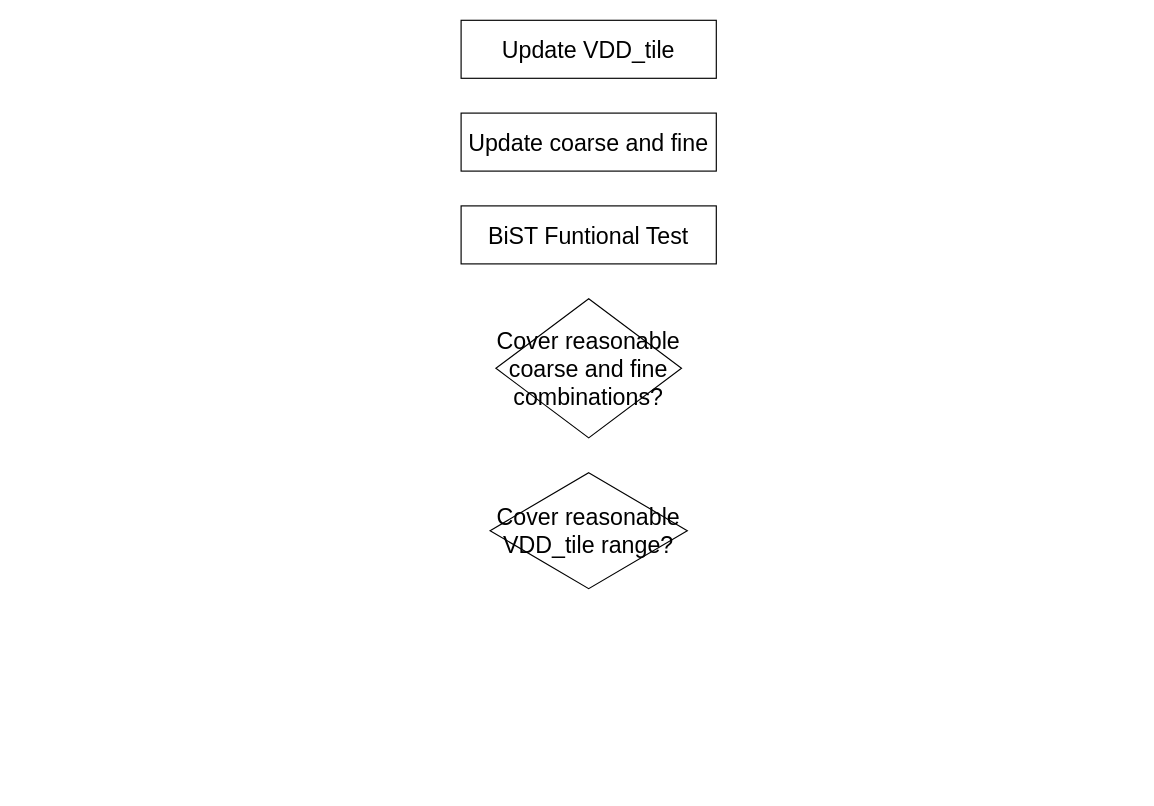
Above: page "Voltage_Frequency_Plots" (2 of 3) of lecture/images/presentation_diagrams.drawio in 1102131860/Validation_Chip_Characteristics (draw.io), before the change. Source tidied: cells renumbered, new cells numbered last; positions are measured from the earlier drawing's top-left corner, leaving out a move shared by most shapes. Both pictures are drawn from the tidied source at 116%, with x=0, y=0 at pixel (461, 20).
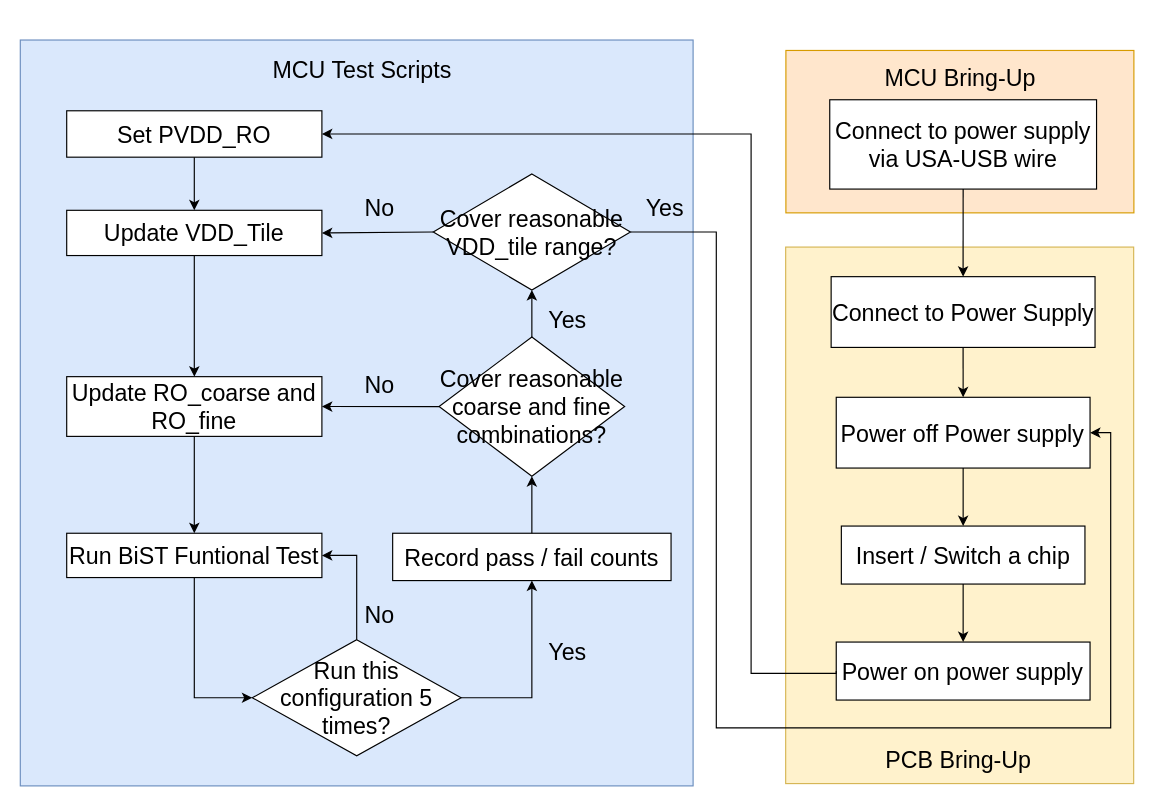
The same diagram, later.

The edit, as a diff of the source:
```diff
@@
+    <mxCell id="7" style="rounded=0;whiteSpace=wrap;html=1;fillColor=#dae8fc;strokeColor=#6c8ebf;" parent="1" vertex="1">
+      <mxGeometry x="-380" y="17" width="580" height="643" as="geometry" />
+    </mxCell>
+    <mxCell id="8" style="rounded=0;whiteSpace=wrap;html=1;fillColor=#ffe6cc;strokeColor=#d79b00;" parent="1" vertex="1">
+      <mxGeometry x="280" y="26" width="300" height="140" as="geometry" />
+    </mxCell>
-    <mxCell id="2" value="&lt;font style=&quot;font-size: 20px;&quot;&gt;BiST Funtional Test&lt;/font&gt;" style="rounded=0;whiteSpace=wrap;html=1;" parent="1" vertex="1">
-      <mxGeometry y="160" width="220" height="50" as="geometry" />
+    <mxCell id="2" value="&lt;font style=&quot;font-size: 20px;&quot;&gt;Run BiST Funtional Test&lt;/font&gt;" style="rounded=0;whiteSpace=wrap;html=1;" parent="1" vertex="1">
+      <mxGeometry x="-340" y="442.2" width="220" height="38.2" as="geometry" />
     </mxCell>
-    <mxCell id="3" value="&lt;font style=&quot;font-size: 20px;&quot;&gt;Update coarse and fine&lt;br&gt;&lt;/font&gt;" style="rounded=0;whiteSpace=wrap;html=1;" parent="1" vertex="1">
-      <mxGeometry y="80" width="220" height="50" as="geometry" />
+    <mxCell id="3" value="&lt;font style=&quot;font-size: 20px;&quot;&gt;Update RO_coarse and RO_fine&lt;br&gt;&lt;/font&gt;" style="rounded=0;whiteSpace=wrap;html=1;" parent="1" vertex="1">
+      <mxGeometry x="-340" y="307.2" width="220" height="51.5" as="geometry" />
     </mxCell>
     <mxCell id="4" value="&lt;font style=&quot;font-size: 20px;&quot;&gt;Cover reasonable coarse and fine combinations?&lt;/font&gt;" style="rhombus;whiteSpace=wrap;html=1;" parent="1" vertex="1">
-      <mxGeometry x="30" y="240" width="160" height="120" as="geometry" />
+      <mxGeometry x="-19" y="273" width="160" height="120" as="geometry" />
     </mxCell>
     <mxCell id="5" value="&lt;font style=&quot;font-size: 20px;&quot;&gt;Cover reasonable VDD_tile range?&lt;/font&gt;" style="rhombus;whiteSpace=wrap;html=1;" parent="1" vertex="1">
-      <mxGeometry x="25" y="390" width="170" height="100" as="geometry" />
+      <mxGeometry x="-24" y="132.5" width="170" height="100" as="geometry" />
     </mxCell>
-    <mxCell id="6" value="&lt;font style=&quot;font-size: 20px;&quot;&gt;Update VDD_tile&lt;/font&gt;" style="rounded=0;whiteSpace=wrap;html=1;" parent="1" vertex="1">
-      <mxGeometry width="220" height="50" as="geometry" />
+    <mxCell id="6" value="&lt;font style=&quot;font-size: 20px;&quot;&gt;Update VDD_Tile&lt;/font&gt;" style="rounded=0;whiteSpace=wrap;html=1;" parent="1" vertex="1">
+      <mxGeometry x="-340" y="163.8" width="220" height="39" as="geometry" />
     </mxCell>
+    <mxCell id="9" value="&lt;font style=&quot;font-size: 20px;&quot;&gt;Run this configuration 5 times?&lt;/font&gt;" style="rhombus;whiteSpace=wrap;html=1;" parent="1" vertex="1">
+      <mxGeometry x="-180" y="534" width="180" height="100" as="geometry" />
+    </mxCell>
+    <mxCell id="10" value="&lt;font style=&quot;font-size: 20px;&quot;&gt;Record pass / fail counts&lt;/font&gt;" style="rounded=0;whiteSpace=wrap;html=1;" parent="1" vertex="1">
+      <mxGeometry x="-59" y="442.2" width="240" height="40.8" as="geometry" />
+    </mxCell>
+    <mxCell id="11" value="&lt;font style=&quot;font-size: 20px;&quot;&gt;Set PVDD_RO&lt;/font&gt;" style="rounded=0;whiteSpace=wrap;html=1;" parent="1" vertex="1">
+      <mxGeometry x="-340" y="78" width="220" height="40" as="geometry" />
+    </mxCell>
+    <mxCell id="12" style="rounded=0;whiteSpace=wrap;html=1;fillColor=#fff2cc;strokeColor=#d6b656;" parent="1" vertex="1">
+      <mxGeometry x="279.8" y="195.5" width="300" height="462.5" as="geometry" />
+    </mxCell>
+    <mxCell id="13" value="&lt;font style=&quot;font-size: 20px;&quot;&gt;PCB Bring-Up&lt;/font&gt;" style="text;html=1;whiteSpace=wrap;strokeColor=none;fillColor=none;align=center;verticalAlign=middle;rounded=0;" parent="1" vertex="1">
+      <mxGeometry x="364" y="616" width="130" height="42" as="geometry" />
+    </mxCell>
+    <mxCell id="14" value="&lt;font style=&quot;font-size: 20px;&quot;&gt;Insert / Switch a chip&lt;/font&gt;" style="rounded=0;whiteSpace=wrap;html=1;" parent="1" vertex="1">
+      <mxGeometry x="327.8" y="436" width="210" height="50" as="geometry" />
+    </mxCell>
+    <mxCell id="15" value="&lt;font style=&quot;font-size: 20px;&quot;&gt;Connect to Power Supply&lt;/font&gt;" style="rounded=0;whiteSpace=wrap;html=1;" parent="1" vertex="1">
+      <mxGeometry x="319" y="221" width="227.5" height="61" as="geometry" />
+    </mxCell>
+    <mxCell id="16" value="&lt;font style=&quot;font-size: 20px;&quot;&gt;Power on power supply&lt;/font&gt;" style="rounded=0;whiteSpace=wrap;html=1;" parent="1" vertex="1">
+      <mxGeometry x="323.4" y="536" width="218.8" height="50" as="geometry" />
+    </mxCell>
+    <mxCell id="17" value="&lt;font style=&quot;font-size: 20px;&quot;&gt;Connect to power supply via&amp;nbsp;&lt;/font&gt;&lt;span style=&quot;font-size: 20px;&quot;&gt;USA-USB wire&lt;/span&gt;" style="rounded=0;whiteSpace=wrap;html=1;" parent="1" vertex="1">
+      <mxGeometry x="317.8" y="68.5" width="230" height="77" as="geometry" />
+    </mxCell>
+    <mxCell id="18" value="&lt;span&gt;Power off Power supply&lt;/span&gt;" style="rounded=0;whiteSpace=wrap;html=1;fontSize=20;" parent="1" vertex="1">
+      <mxGeometry x="323.4" y="325" width="218.8" height="61" as="geometry" />
+    </mxCell>
+    <mxCell id="19" style="endArrow=classic;html=1;rounded=0;entryX=0.5;entryY=0;entryDx=0;entryDy=0;exitX=0.5;exitY=1;exitDx=0;exitDy=0;" parent="1" edge="1" source="11" target="6">
+      <mxGeometry relative="1" as="geometry" />
+    </mxCell>
+    <mxCell id="20" style="endArrow=classic;html=1;rounded=0;exitX=0.5;exitY=1;exitDx=0;exitDy=0;entryX=0.5;entryY=0;entryDx=0;entryDy=0;" parent="1" edge="1" source="6" target="3">
+      <mxGeometry relative="1" as="geometry" />
+    </mxCell>
+    <mxCell id="21" style="endArrow=classic;html=1;rounded=0;exitX=0.5;exitY=1;exitDx=0;exitDy=0;entryX=0.5;entryY=0;entryDx=0;entryDy=0;" parent="1" edge="1" source="3" target="2">
+      <mxGeometry relative="1" as="geometry" />
+    </mxCell>
+    <mxCell id="22" style="endArrow=classic;html=1;rounded=0;exitX=0.5;exitY=1;exitDx=0;exitDy=0;entryX=0;entryY=0.5;entryDx=0;entryDy=0;edgeStyle=orthogonalEdgeStyle;" parent="1" edge="1" source="2" target="9">
+      <mxGeometry relative="1" as="geometry" />
+    </mxCell>
+    <mxCell id="23" style="endArrow=classic;html=1;rounded=0;exitX=1;exitY=0.5;exitDx=0;exitDy=0;entryX=0.5;entryY=1;entryDx=0;entryDy=0;edgeStyle=orthogonalEdgeStyle;" parent="1" edge="1" source="9" target="10">
+      <mxGeometry relative="1" as="geometry" />
+    </mxCell>
+    <mxCell id="24" style="endArrow=classic;html=1;rounded=0;exitX=0.5;exitY=0;exitDx=0;exitDy=0;entryX=1;entryY=0.5;entryDx=0;entryDy=0;edgeStyle=orthogonalEdgeStyle;" parent="1" edge="1" source="9" target="2">
+      <mxGeometry relative="1" as="geometry" />
+    </mxCell>
+    <mxCell id="25" style="endArrow=classic;html=1;rounded=0;entryX=0.5;entryY=1;entryDx=0;entryDy=0;exitX=0.5;exitY=0;exitDx=0;exitDy=0;" parent="1" edge="1" target="4">
+      <mxGeometry relative="1" as="geometry">
+        <mxPoint x="61" y="442.2" as="sourcePoint" />
+      </mxGeometry>
+    </mxCell>
+    <mxCell id="26" style="endArrow=classic;html=1;rounded=0;exitX=0.5;exitY=0;exitDx=0;exitDy=0;entryX=0.5;entryY=1;entryDx=0;entryDy=0;" parent="1" edge="1" source="4" target="5">
+      <mxGeometry relative="1" as="geometry" />
+    </mxCell>
+    <mxCell id="27" style="endArrow=classic;html=1;rounded=0;entryX=1;entryY=0.5;entryDx=0;entryDy=0;exitX=0;exitY=0.5;exitDx=0;exitDy=0;" parent="1" edge="1" source="4" target="3">
+      <mxGeometry relative="1" as="geometry" />
+    </mxCell>
+    <mxCell id="28" style="endArrow=classic;html=1;rounded=0;entryX=1;entryY=0.5;entryDx=0;entryDy=0;exitX=0;exitY=0.5;exitDx=0;exitDy=0;" parent="1" edge="1" source="5" target="6">
+      <mxGeometry relative="1" as="geometry" />
+    </mxCell>
+    <mxCell id="29" value="&lt;font style=&quot;font-size: 20px;&quot;&gt;MCU Bring-Up&lt;/font&gt;" style="text;html=1;whiteSpace=wrap;strokeColor=none;fillColor=none;align=center;verticalAlign=middle;rounded=0;" parent="1" vertex="1">
+      <mxGeometry x="355.5" y="28.5" width="149" height="40" as="geometry" />
+    </mxCell>
+    <mxCell id="30" value="&lt;font style=&quot;font-size: 20px;&quot;&gt;MCU Test Scripts&lt;/font&gt;" style="text;html=1;whiteSpace=wrap;strokeColor=none;fillColor=none;align=center;verticalAlign=middle;rounded=0;" parent="1" vertex="1">
+      <mxGeometry x="-170" y="17" width="170" height="50.2" as="geometry" />
+    </mxCell>
+    <mxCell id="31" style="endArrow=classic;html=1;rounded=0;exitX=0;exitY=0.5;exitDx=0;exitDy=0;entryX=1;entryY=0.5;entryDx=0;entryDy=0;edgeStyle=orthogonalEdgeStyle;" parent="1" edge="1" source="16" target="11">
+      <mxGeometry relative="1" as="geometry">
+        <Array as="points">
+          <mxPoint x="250" y="563" />
+          <mxPoint x="250" y="98" />
+        </Array>
+      </mxGeometry>
+    </mxCell>
+    <mxCell id="32" style="endArrow=classic;html=1;rounded=0;exitX=0.5;exitY=1;exitDx=0;exitDy=0;entryX=0.5;entryY=0;entryDx=0;entryDy=0;" parent="1" edge="1" source="15" target="18">
+      <mxGeometry relative="1" as="geometry" />
+    </mxCell>
+    <mxCell id="33" style="endArrow=classic;html=1;rounded=0;exitX=0.5;exitY=1;exitDx=0;exitDy=0;entryX=0.5;entryY=0;entryDx=0;entryDy=0;" parent="1" edge="1" source="18" target="14">
+      <mxGeometry relative="1" as="geometry" />
+    </mxCell>
+    <mxCell id="34" style="endArrow=classic;html=1;rounded=0;exitX=0.5;exitY=1;exitDx=0;exitDy=0;entryX=0.5;entryY=0;entryDx=0;entryDy=0;" parent="1" edge="1" source="14" target="16">
+      <mxGeometry relative="1" as="geometry" />
+    </mxCell>
+    <mxCell id="35" style="endArrow=classic;html=1;rounded=0;exitX=1;exitY=0.5;exitDx=0;exitDy=0;entryX=1;entryY=0.5;entryDx=0;entryDy=0;edgeStyle=orthogonalEdgeStyle;" parent="1" edge="1" source="5" target="18">
+      <mxGeometry relative="1" as="geometry">
+        <Array as="points">
+          <mxPoint x="220" y="183" />
+          <mxPoint x="220" y="610" />
+          <mxPoint x="560" y="610" />
+          <mxPoint x="560" y="356" />
+        </Array>
+      </mxGeometry>
+    </mxCell>
+    <mxCell id="36" value="&lt;font style=&quot;font-size: 20px;&quot;&gt;No&lt;/font&gt;" style="text;html=1;whiteSpace=wrap;strokeColor=none;fillColor=none;align=center;verticalAlign=middle;rounded=0;" parent="1" vertex="1">
+      <mxGeometry x="-100" y="497" width="60" height="30" as="geometry" />
+    </mxCell>
+    <mxCell id="37" value="&lt;font style=&quot;font-size: 20px;&quot;&gt;Yes&lt;/font&gt;" style="text;html=1;whiteSpace=wrap;strokeColor=none;fillColor=none;align=center;verticalAlign=middle;rounded=0;" parent="1" vertex="1">
+      <mxGeometry x="64" y="530" width="56" height="27" as="geometry" />
+    </mxCell>
+    <mxCell id="38" value="&lt;font style=&quot;font-size: 20px;&quot;&gt;No&lt;/font&gt;" style="text;html=1;whiteSpace=wrap;strokeColor=none;fillColor=none;align=center;verticalAlign=middle;rounded=0;" parent="1" vertex="1">
+      <mxGeometry x="-100" y="299" width="60" height="30" as="geometry" />
+    </mxCell>
+    <mxCell id="39" value="&lt;font style=&quot;font-size: 20px;&quot;&gt;Yes&lt;/font&gt;" style="text;html=1;whiteSpace=wrap;strokeColor=none;fillColor=none;align=center;verticalAlign=middle;rounded=0;" parent="1" vertex="1">
+      <mxGeometry x="62" y="243" width="60" height="30" as="geometry" />
+    </mxCell>
+    <mxCell id="40" value="&lt;font style=&quot;font-size: 20px;&quot;&gt;No&lt;/font&gt;" style="text;html=1;whiteSpace=wrap;strokeColor=none;fillColor=none;align=center;verticalAlign=middle;rounded=0;" parent="1" vertex="1">
+      <mxGeometry x="-100" y="145.5" width="60" height="30" as="geometry" />
+    </mxCell>
+    <mxCell id="41" value="&lt;font style=&quot;font-size: 20px;&quot;&gt;Yes&lt;/font&gt;" style="text;html=1;whiteSpace=wrap;strokeColor=none;fillColor=none;align=center;verticalAlign=middle;rounded=0;" parent="1" vertex="1">
+      <mxGeometry x="146" y="145.5" width="60" height="30" as="geometry" />
+    </mxCell>
+    <mxCell id="42" style="endArrow=classic;html=1;rounded=0;exitX=0.5;exitY=1;exitDx=0;exitDy=0;entryX=0.5;entryY=0;entryDx=0;entryDy=0;" parent="1" edge="1" source="17" target="15">
+      <mxGeometry relative="1" as="geometry" />
+    </mxCell>
```
